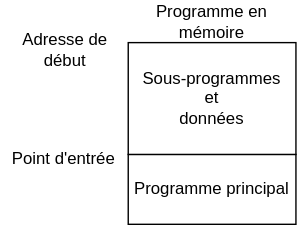
BastienGarnier/CoursMinitel keeps this draw.io diagram as sections/part2/images/entrypoint.svg. Above is the earlier version. Source tidied: cells renumbered, new cells last; positions are measured from the earlier drawing's top-left corner, leaving out a move shared by most shapes.
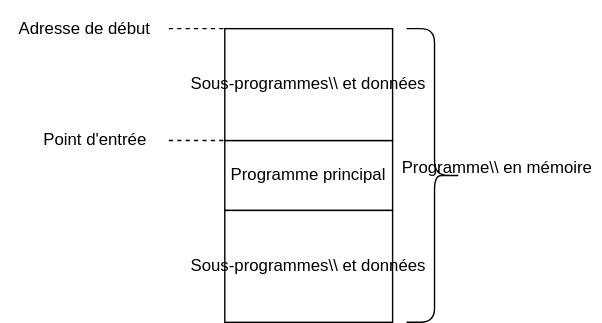
The same diagram one commit later.

The edit, as a diff of the source:
```diff
@@ -6,16 +6,34 @@
       <mxGeometry x="91" y="110" width="120" height="50" as="geometry" />
     </mxCell>
     <mxCell id="3" value="Point d'entrée" style="text;html=1;align=center;verticalAlign=middle;whiteSpace=wrap;rounded=0;" parent="1" vertex="1">
-      <mxGeometry y="98" width="90" height="30" as="geometry" />
+      <mxGeometry x="-54" y="89" width="105" height="42" as="geometry" />
     </mxCell>
-    <mxCell id="4" value="Programme en mémoire" style="text;html=1;align=center;verticalAlign=middle;whiteSpace=wrap;rounded=0;" parent="1" vertex="1">
-      <mxGeometry x="91" width="120" height="30" as="geometry" />
+    <mxCell id="4" value="Programme\\ en mémoire" style="text;html=1;align=center;verticalAlign=middle;whiteSpace=wrap;rounded=0;" parent="1" vertex="1">
+      <mxGeometry x="211" y="110" width="150" height="40" as="geometry" />
     </mxCell>
     <mxCell id="5" value="Adresse de début" style="text;html=1;align=center;verticalAlign=middle;whiteSpace=wrap;rounded=0;" parent="1" vertex="1">
-      <mxGeometry x="1" y="20" width="90" height="30" as="geometry" />
+      <mxGeometry x="-69" y="10" width="120" height="40" as="geometry" />
     </mxCell>
-    <mxCell id="6" value="&lt;div&gt;Sous-programmes&lt;/div&gt;&lt;div&gt;et&lt;/div&gt;&lt;div&gt;données&lt;/div&gt;" style="rounded=0;whiteSpace=wrap;html=1;" parent="1" vertex="1">
+    <mxCell id="6" style="rounded=0;whiteSpace=wrap;html=1;" parent="1" vertex="1">
       <mxGeometry x="91" y="30" width="120" height="80" as="geometry" />
     </mxCell>
+    <mxCell id="7" style="endArrow=none;dashed=1;html=1;rounded=0;entryX=0;entryY=0;entryDx=0;entryDy=0;exitX=1;exitY=0.5;exitDx=0;exitDy=0;" parent="1" edge="1" source="5" target="6">
+      <mxGeometry relative="1" as="geometry" />
+    </mxCell>
+    <mxCell id="8" style="endArrow=none;dashed=1;html=1;rounded=0;entryX=0;entryY=0;entryDx=0;entryDy=0;exitX=1;exitY=0.5;exitDx=0;exitDy=0;" parent="1" edge="1" source="3" target="2">
+      <mxGeometry relative="1" as="geometry" />
+    </mxCell>
+    <mxCell id="9" style="shape=curlyBracket;whiteSpace=wrap;html=1;rounded=1;flipH=1;labelPosition=right;verticalLabelPosition=middle;align=left;verticalAlign=middle;" parent="1" vertex="1">
+      <mxGeometry x="221" y="30" width="40" height="210" as="geometry" />
+    </mxCell>
+    <mxCell id="10" style="rounded=0;whiteSpace=wrap;html=1;" parent="1" vertex="1">
+      <mxGeometry x="91" y="160" width="120" height="80" as="geometry" />
+    </mxCell>
+    <mxCell id="11" value="Sous-programmes\\&amp;nbsp;&lt;span style=&quot;background-color: transparent; color: light-dark(rgb(0, 0, 0), rgb(255, 255, 255));&quot;&gt;et données&lt;/span&gt;" style="text;html=1;align=center;verticalAlign=middle;whiteSpace=wrap;rounded=0;" parent="1" vertex="1">
+      <mxGeometry x="61" y="30" width="180" height="80" as="geometry" />
+    </mxCell>
+    <mxCell id="12" value="Sous-programmes\\&amp;nbsp;&lt;span style=&quot;background-color: transparent; color: light-dark(rgb(0, 0, 0), rgb(255, 255, 255));&quot;&gt;et données&lt;/span&gt;" style="text;html=1;align=center;verticalAlign=middle;whiteSpace=wrap;rounded=0;" parent="1" vertex="1">
+      <mxGeometry x="61" y="160" width="180" height="80" as="geometry" />
+    </mxCell>
   </root>
 </mxGraphModel>
```
